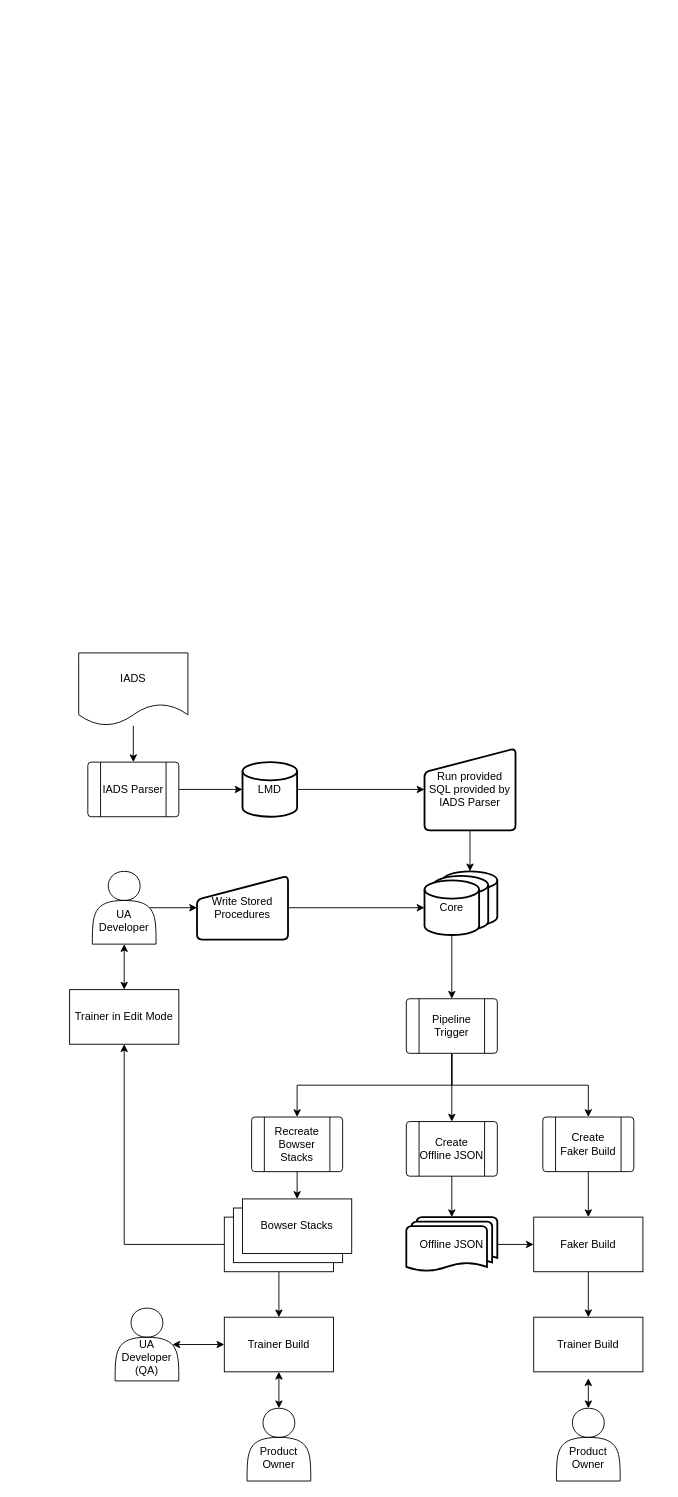
The draw.io diagram Before.drawio in Bspeirtorch/draw, before the edit. Source tidied: cells renumbered, new cells numbered last; positions are measured from the earlier drawing's top-left corner, leaving out a move shared by most shapes. Both pictures are drawn from the tidied source at 91%, with x=0, y=0 at pixel (69, 652).
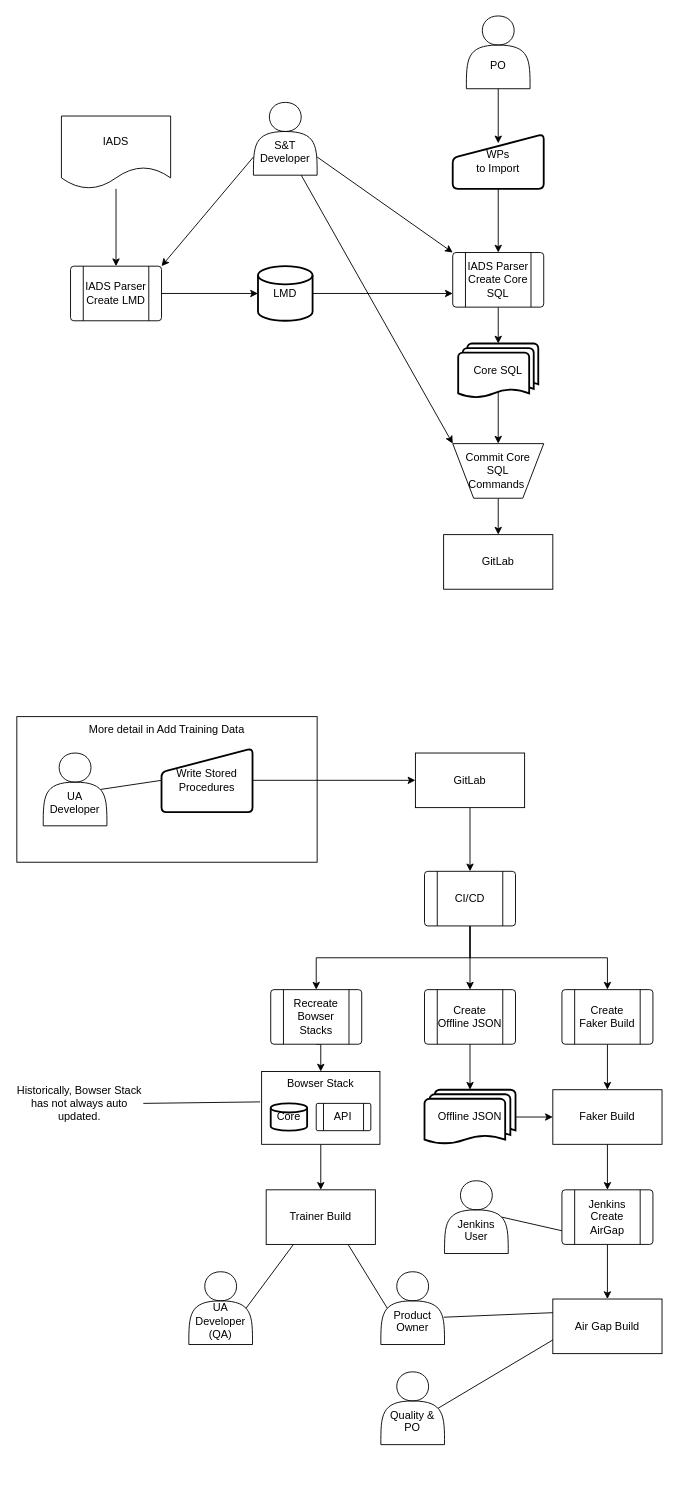
The same page after the edit.

The edit, as a diff of the source:
```diff
@@
+    <mxCell id="47" value="More detail in Add Training Data" style="rounded=0;whiteSpace=wrap;html=1;fillColor=none;verticalAlign=top;" parent="1" vertex="1">
+      <mxGeometry x="-58" y="70" width="330" height="160" as="geometry" />
+    </mxCell>
     <mxCell id="2" value="IADS" style="shape=document;whiteSpace=wrap;html=1;boundedLbl=1;" parent="1" vertex="1">
-      <mxGeometry x="10" width="120" height="80" as="geometry" />
+      <mxGeometry x="-9" y="-590" width="120" height="80" as="geometry" />
     </mxCell>
@@
     <mxCell id="5" value="Write Stored&lt;br&gt;Procedures" style="html=1;strokeWidth=2;shape=manualInput;whiteSpace=wrap;rounded=1;size=26;arcSize=11;" parent="1" vertex="1">
-      <mxGeometry x="140" y="245" width="100" height="70" as="geometry" />
+      <mxGeometry x="101" y="105" width="100" height="70" as="geometry" />
     </mxCell>
-    <mxCell id="6" style="strokeWidth=2;html=1;shape=mxgraph.flowchart.database;whiteSpace=wrap;" parent="1" vertex="1">
-      <mxGeometry x="410" y="240" width="60" height="60" as="geometry" />
-    </mxCell>
-    <mxCell id="7" style="strokeWidth=2;html=1;shape=mxgraph.flowchart.database;whiteSpace=wrap;" parent="1" vertex="1">
-      <mxGeometry x="400" y="245" width="60" height="60" as="geometry" />
-    </mxCell>
-    <mxCell id="8" style="edgeStyle=orthogonalEdgeStyle;rounded=0;jettySize=auto;html=1;exitX=0.5;exitY=1;exitDx=0;exitDy=0;exitPerimeter=0;" parent="1" edge="1" source="9" target="20">
+    <mxCell id="8" style="edgeStyle=orthogonalEdgeStyle;rounded=0;jettySize=auto;html=1;exitX=0.5;exitY=1;exitDx=0;exitDy=0;" parent="1" edge="1" source="65" target="20">
       <mxGeometry relative="1" as="geometry" />
     </mxCell>
-    <mxCell id="9" value="Core" style="strokeWidth=2;html=1;shape=mxgraph.flowchart.database;whiteSpace=wrap;" parent="1" vertex="1">
-      <mxGeometry x="390" y="250" width="60" height="60" as="geometry" />
-    </mxCell>
-    <mxCell id="10" style="edgeStyle=orthogonalEdgeStyle;rounded=0;jettySize=auto;html=1;exitX=1;exitY=0.5;exitDx=0;exitDy=0;entryX=0;entryY=0.5;entryDx=0;entryDy=0;entryPerimeter=0;" parent="1" edge="1" source="5" target="9">
+    <mxCell id="10" style="edgeStyle=orthogonalEdgeStyle;rounded=0;jettySize=auto;html=1;exitX=1;exitY=0.5;exitDx=0;exitDy=0;entryX=0;entryY=0.5;entryDx=0;entryDy=0;" parent="1" edge="1" source="5" target="65">
       <mxGeometry relative="1" as="geometry" />
     </mxCell>
-    <mxCell id="11" style="edgeStyle=orthogonalEdgeStyle;rounded=0;jettySize=auto;html=1;exitX=1;exitY=0.5;exitDx=0;exitDy=0;exitPerimeter=0;entryX=0;entryY=0.5;entryDx=0;entryDy=0;" parent="1" edge="1" source="12" target="21">
+    <mxCell id="11" style="edgeStyle=orthogonalEdgeStyle;rounded=0;jettySize=auto;html=1;exitX=1;exitY=0.5;exitDx=0;exitDy=0;exitPerimeter=0;entryX=0;entryY=0.75;entryDx=0;entryDy=0;" parent="1" edge="1" source="12" target="59">
       <mxGeometry relative="1" as="geometry" />
     </mxCell>
     <mxCell id="12" value="LMD" style="strokeWidth=2;html=1;shape=mxgraph.flowchart.database;whiteSpace=wrap;" parent="1" vertex="1">
-      <mxGeometry x="190" y="120" width="60" height="60" as="geometry" />
+      <mxGeometry x="207" y="-425" width="60" height="60" as="geometry" />
     </mxCell>
-    <mxCell id="13" value="IADS Parser" style="verticalLabelPosition=middle;verticalAlign=middle;html=1;shape=process;whiteSpace=wrap;rounded=1;size=0.14;arcSize=6;labelPosition=center;align=center;" parent="1" vertex="1">
-      <mxGeometry x="20" y="120" width="100" height="60" as="geometry" />
+    <mxCell id="13" value="IADS Parser Create LMD" style="verticalLabelPosition=middle;verticalAlign=middle;html=1;shape=process;whiteSpace=wrap;rounded=1;size=0.14;arcSize=6;labelPosition=center;align=center;" parent="1" vertex="1">
+      <mxGeometry x="1" y="-425" width="100" height="60" as="geometry" />
     </mxCell>
-    <mxCell id="14" style="edgeStyle=orthogonalEdgeStyle;rounded=0;jettySize=auto;html=1;exitX=0.9;exitY=0.5;exitDx=0;exitDy=0;entryX=0;entryY=0.5;entryDx=0;entryDy=0;exitPerimeter=0;" parent="1" edge="1" source="16" target="5">
-      <mxGeometry relative="1" as="geometry" />
-    </mxCell>
-    <mxCell id="15" style="edgeStyle=orthogonalEdgeStyle;rounded=0;jettySize=auto;html=1;exitX=0.5;exitY=1;exitDx=0;exitDy=0;entryX=0.5;entryY=0;entryDx=0;entryDy=0;startArrow=classic;startFill=1;" parent="1" edge="1" source="16" target="38">
-      <mxGeometry relative="1" as="geometry" />
-    </mxCell>
     <mxCell id="16" value="&lt;br&gt;&lt;br&gt;UA Developer" style="shape=actor;whiteSpace=wrap;html=1;labelPosition=center;verticalLabelPosition=middle;align=center;verticalAlign=middle;" parent="1" vertex="1">
-      <mxGeometry x="25" y="240" width="70" height="80" as="geometry" />
+      <mxGeometry x="-29" y="110" width="70" height="80" as="geometry" />
     </mxCell>
@@
-    <mxCell id="20" value="Pipeline Trigger" style="verticalLabelPosition=middle;verticalAlign=middle;html=1;shape=process;whiteSpace=wrap;rounded=1;size=0.14;arcSize=6;labelPosition=center;align=center;" parent="1" vertex="1">
-      <mxGeometry x="370" y="380" width="100" height="60" as="geometry" />
+    <mxCell id="20" value="CI/CD" style="verticalLabelPosition=middle;verticalAlign=middle;html=1;shape=process;whiteSpace=wrap;rounded=1;size=0.14;arcSize=6;labelPosition=center;align=center;" parent="1" vertex="1">
+      <mxGeometry x="390" y="240" width="100" height="60" as="geometry" />
     </mxCell>
-    <mxCell id="21" value="Run provided SQL provided by IADS Parser" style="html=1;strokeWidth=2;shape=manualInput;whiteSpace=wrap;rounded=1;size=26;arcSize=11;" parent="1" vertex="1">
-      <mxGeometry x="390" y="105" width="100" height="90" as="geometry" />
-    </mxCell>
@@
     <mxCell id="23" value="Offline JSON" style="strokeWidth=2;html=1;shape=mxgraph.flowchart.multi-document;whiteSpace=wrap;" parent="1" vertex="1">
-      <mxGeometry x="370" y="620" width="100" height="60" as="geometry" />
+      <mxGeometry x="390" y="480" width="100" height="60" as="geometry" />
     </mxCell>
-    <mxCell id="24" style="edgeStyle=orthogonalEdgeStyle;rounded=0;jettySize=auto;html=1;exitX=0;exitY=0.5;exitDx=0;exitDy=0;entryX=0.5;entryY=1;entryDx=0;entryDy=0;" parent="1" edge="1" source="26" target="38">
-      <mxGeometry relative="1" as="geometry" />
-    </mxCell>
-    <mxCell id="25" style="edgeStyle=orthogonalEdgeStyle;rounded=0;jettySize=auto;html=1;exitX=0.5;exitY=1;exitDx=0;exitDy=0;entryX=0.5;entryY=0;entryDx=0;entryDy=0;" parent="1" edge="1" source="26" target="39">
+    <mxCell id="25" style="edgeStyle=orthogonalEdgeStyle;rounded=0;jettySize=auto;html=1;exitX=0.5;exitY=1;exitDx=0;exitDy=0;entryX=0.5;entryY=0;entryDx=0;entryDy=0;" parent="1" edge="1" source="28" target="39">
       <mxGeometry relative="1" as="geometry" />
     </mxCell>
-    <mxCell id="26" style="rounded=0;whiteSpace=wrap;html=1;" parent="1" vertex="1">
-      <mxGeometry x="170" y="620" width="120" height="60" as="geometry" />
-    </mxCell>
-    <mxCell id="27" style="rounded=0;whiteSpace=wrap;html=1;" parent="1" vertex="1">
-      <mxGeometry x="180" y="610" width="120" height="60" as="geometry" />
-    </mxCell>
-    <mxCell id="28" value="Bowser Stacks" style="rounded=0;whiteSpace=wrap;html=1;" parent="1" vertex="1">
-      <mxGeometry x="190" y="600" width="120" height="60" as="geometry" />
+    <mxCell id="28" value="Bowser Stack" style="rounded=0;whiteSpace=wrap;html=1;verticalAlign=top;" parent="1" vertex="1">
+      <mxGeometry x="211" y="460" width="130" height="80" as="geometry" />
     </mxCell>
-    <mxCell id="29" style="edgeStyle=orthogonalEdgeStyle;rounded=0;jettySize=auto;html=1;exitX=0.5;exitY=1;exitDx=0;exitDy=0;entryX=0.5;entryY=0;entryDx=0;entryDy=0;entryPerimeter=0;" parent="1" edge="1" source="21" target="6">
-      <mxGeometry relative="1" as="geometry" />
-    </mxCell>
@@
     <mxCell id="31" value="Recreate Bowser Stacks" style="verticalLabelPosition=middle;verticalAlign=middle;html=1;shape=process;whiteSpace=wrap;rounded=1;size=0.14;arcSize=6;labelPosition=center;align=center;" parent="1" vertex="1">
-      <mxGeometry x="200" y="510" width="100" height="60" as="geometry" />
+      <mxGeometry x="221" y="370" width="100" height="60" as="geometry" />
     </mxCell>
@@
     <mxCell id="33" value="Create Faker Build" style="verticalLabelPosition=middle;verticalAlign=middle;html=1;shape=process;whiteSpace=wrap;rounded=1;size=0.14;arcSize=6;labelPosition=center;align=center;" parent="1" vertex="1">
-      <mxGeometry x="520" y="510" width="100" height="60" as="geometry" />
+      <mxGeometry x="541" y="370" width="100" height="60" as="geometry" />
     </mxCell>
     <mxCell id="34" value="Create Offline JSON" style="verticalLabelPosition=middle;verticalAlign=middle;html=1;shape=process;whiteSpace=wrap;rounded=1;size=0.14;arcSize=6;labelPosition=center;align=center;" parent="1" vertex="1">
-      <mxGeometry x="370" y="515" width="100" height="60" as="geometry" />
+      <mxGeometry x="390" y="370" width="100" height="60" as="geometry" />
     </mxCell>
@@
-    <mxCell id="36" style="edgeStyle=orthogonalEdgeStyle;rounded=0;jettySize=auto;html=1;exitX=0.5;exitY=1;exitDx=0;exitDy=0;entryX=0.5;entryY=0;entryDx=0;entryDy=0;" parent="1" edge="1" source="37" target="45">
-      <mxGeometry relative="1" as="geometry" />
-    </mxCell>
+    <mxCell id="48" style="edgeStyle=orthogonalEdgeStyle;rounded=0;jettySize=auto;html=1;exitX=0.5;exitY=1;exitDx=0;exitDy=0;entryX=0.5;entryY=0;entryDx=0;entryDy=0;" parent="1" edge="1" source="37" target="67">
+      <mxGeometry relative="1" as="geometry" />
+    </mxCell>
     <mxCell id="37" value="Faker Build" style="rounded=0;whiteSpace=wrap;html=1;" parent="1" vertex="1">
-      <mxGeometry x="510" y="620" width="120" height="60" as="geometry" />
+      <mxGeometry x="531" y="480" width="120" height="60" as="geometry" />
     </mxCell>
-    <mxCell id="38" value="Trainer in Edit Mode" style="rounded=0;whiteSpace=wrap;html=1;" parent="1" vertex="1">
-      <mxGeometry y="370" width="120" height="60" as="geometry" />
-    </mxCell>
     <mxCell id="39" value="Trainer Build" style="rounded=0;whiteSpace=wrap;html=1;" parent="1" vertex="1">
-      <mxGeometry x="170" y="730" width="120" height="60" as="geometry" />
+      <mxGeometry x="216" y="590" width="120" height="60" as="geometry" />
     </mxCell>
-    <mxCell id="40" style="edgeStyle=orthogonalEdgeStyle;rounded=0;jettySize=auto;html=1;exitX=0.9;exitY=0.5;exitDx=0;exitDy=0;exitPerimeter=0;entryX=0;entryY=0.5;entryDx=0;entryDy=0;startArrow=classic;startFill=1;" parent="1" edge="1" source="41" target="39">
-      <mxGeometry relative="1" as="geometry" />
-    </mxCell>
     <mxCell id="41" value="&lt;br&gt;&lt;br&gt;UA Developer (QA)" style="shape=actor;whiteSpace=wrap;html=1;labelPosition=center;verticalLabelPosition=middle;align=center;verticalAlign=middle;" parent="1" vertex="1">
-      <mxGeometry x="50" y="720" width="70" height="80" as="geometry" />
+      <mxGeometry x="131" y="680" width="70" height="80" as="geometry" />
     </mxCell>
-    <mxCell id="42" style="edgeStyle=orthogonalEdgeStyle;rounded=0;jettySize=auto;html=1;exitX=0.5;exitY=0;exitDx=0;exitDy=0;entryX=0.5;entryY=1;entryDx=0;entryDy=0;startArrow=classic;startFill=1;" parent="1" edge="1" source="43" target="39">
-      <mxGeometry relative="1" as="geometry" />
-    </mxCell>
     <mxCell id="43" value="&lt;br&gt;&lt;br&gt;Product Owner" style="shape=actor;whiteSpace=wrap;html=1;labelPosition=center;verticalLabelPosition=middle;align=center;verticalAlign=middle;" parent="1" vertex="1">
-      <mxGeometry x="195" y="830" width="70" height="80" as="geometry" />
+      <mxGeometry x="342" y="680" width="70" height="80" as="geometry" />
     </mxCell>
-    <mxCell id="44" value="&lt;br&gt;&lt;br&gt;Product Owner" style="shape=actor;whiteSpace=wrap;html=1;labelPosition=center;verticalLabelPosition=middle;align=center;verticalAlign=middle;" parent="1" vertex="1">
-      <mxGeometry x="535" y="830" width="70" height="80" as="geometry" />
+    <mxCell id="44" value="&lt;br&gt;&lt;br&gt;Quality &amp;amp; PO" style="shape=actor;whiteSpace=wrap;html=1;labelPosition=center;verticalLabelPosition=middle;align=center;verticalAlign=middle;" parent="1" vertex="1">
+      <mxGeometry x="342" y="790" width="70" height="80" as="geometry" />
     </mxCell>
-    <mxCell id="45" value="Trainer Build" style="rounded=0;whiteSpace=wrap;html=1;" parent="1" vertex="1">
-      <mxGeometry x="510" y="730" width="120" height="60" as="geometry" />
+    <mxCell id="45" value="Air Gap Build" style="rounded=0;whiteSpace=wrap;html=1;" parent="1" vertex="1">
+      <mxGeometry x="531" y="710" width="120" height="60" as="geometry" />
     </mxCell>
+    <mxCell id="49" value="&lt;br&gt;&lt;br&gt;S&amp;amp;T&lt;br&gt;Developer" style="shape=actor;whiteSpace=wrap;html=1;labelPosition=center;verticalLabelPosition=middle;align=center;verticalAlign=middle;" parent="1" vertex="1">
+      <mxGeometry x="202" y="-605" width="70" height="80" as="geometry" />
+    </mxCell>
+    <mxCell id="50" style="endArrow=classic;html=1;rounded=0;entryX=0;entryY=0;entryDx=0;entryDy=0;exitX=1;exitY=0.75;exitDx=0;exitDy=0;" parent="1" edge="1" source="49" target="59">
+      <mxGeometry relative="1" as="geometry" />
+    </mxCell>
+    <mxCell id="51" style="endArrow=classic;html=1;rounded=0;entryX=1;entryY=0;entryDx=0;entryDy=0;exitX=0;exitY=0.75;exitDx=0;exitDy=0;" parent="1" edge="1" source="49" target="13">
+      <mxGeometry relative="1" as="geometry" />
+    </mxCell>
+    <mxCell id="52" style="edgeStyle=orthogonalEdgeStyle;rounded=0;jettySize=auto;html=1;exitX=0.5;exitY=1;exitDx=0;exitDy=0;entryX=0.5;entryY=0;entryDx=0;entryDy=0;" parent="1" edge="1" source="53" target="63">
+      <mxGeometry relative="1" as="geometry" />
+    </mxCell>
+    <mxCell id="53" value="Commit Core SQL &lt;br&gt;Commands&amp;nbsp;" style="verticalLabelPosition=middle;verticalAlign=middle;html=1;shape=trapezoid;perimeter=trapezoidPerimeter;whiteSpace=wrap;size=0.23;arcSize=10;flipV=1;labelPosition=center;align=center;" parent="1" vertex="1">
+      <mxGeometry x="421" y="-230" width="100" height="60" as="geometry" />
+    </mxCell>
+    <mxCell id="54" style="edgeStyle=orthogonalEdgeStyle;rounded=0;jettySize=auto;html=1;exitX=0.5;exitY=0.88;exitDx=0;exitDy=0;exitPerimeter=0;entryX=0.5;entryY=0;entryDx=0;entryDy=0;" parent="1" edge="1" source="55" target="53">
+      <mxGeometry relative="1" as="geometry" />
+    </mxCell>
+    <mxCell id="55" value="Core SQL" style="strokeWidth=2;html=1;shape=mxgraph.flowchart.multi-document;whiteSpace=wrap;" parent="1" vertex="1">
+      <mxGeometry x="427" y="-340" width="88" height="60" as="geometry" />
+    </mxCell>
+    <mxCell id="56" style="edgeStyle=orthogonalEdgeStyle;rounded=0;jettySize=auto;html=1;exitX=0.5;exitY=1;exitDx=0;exitDy=0;" parent="1" edge="1" source="57" target="59">
+      <mxGeometry relative="1" as="geometry" />
+    </mxCell>
+    <mxCell id="57" value="WPs&lt;br&gt;to Import" style="html=1;strokeWidth=2;shape=manualInput;whiteSpace=wrap;rounded=1;size=26;arcSize=11;" parent="1" vertex="1">
+      <mxGeometry x="421" y="-570" width="100" height="60" as="geometry" />
+    </mxCell>
+    <mxCell id="58" style="edgeStyle=orthogonalEdgeStyle;rounded=0;jettySize=auto;html=1;exitX=0.5;exitY=1;exitDx=0;exitDy=0;" parent="1" edge="1" source="59" target="55">
+      <mxGeometry relative="1" as="geometry" />
+    </mxCell>
+    <mxCell id="59" value="IADS Parser Create Core SQL" style="verticalLabelPosition=middle;verticalAlign=middle;html=1;shape=process;whiteSpace=wrap;rounded=1;size=0.14;arcSize=6;labelPosition=center;align=center;" parent="1" vertex="1">
+      <mxGeometry x="421" y="-440" width="100" height="60" as="geometry" />
+    </mxCell>
+    <mxCell id="60" value="&lt;br&gt;&lt;br&gt;PO" style="shape=actor;whiteSpace=wrap;html=1;labelPosition=center;verticalLabelPosition=middle;align=center;verticalAlign=middle;" parent="1" vertex="1">
+      <mxGeometry x="436" y="-700" width="70" height="80" as="geometry" />
+    </mxCell>
+    <mxCell id="61" style="edgeStyle=orthogonalEdgeStyle;rounded=0;jettySize=auto;html=1;exitX=0.5;exitY=1;exitDx=0;exitDy=0;entryX=0.5;entryY=0.167;entryDx=0;entryDy=0;entryPerimeter=0;" parent="1" edge="1" source="60" target="57">
+      <mxGeometry relative="1" as="geometry" />
+    </mxCell>
+    <mxCell id="62" style="endArrow=classic;html=1;rounded=0;exitX=0.75;exitY=1;exitDx=0;exitDy=0;entryX=0;entryY=0;entryDx=0;entryDy=0;" parent="1" edge="1" source="49" target="53">
+      <mxGeometry relative="1" as="geometry" />
+    </mxCell>
+    <mxCell id="9" value="Core" style="strokeWidth=2;html=1;shape=mxgraph.flowchart.database;whiteSpace=wrap;" parent="1" vertex="1">
+      <mxGeometry x="221" y="495" width="40" height="30" as="geometry" />
+    </mxCell>
+    <mxCell id="63" value="GitLab" style="rounded=0;whiteSpace=wrap;html=1;" parent="1" vertex="1">
+      <mxGeometry x="411" y="-130" width="120" height="60" as="geometry" />
+    </mxCell>
+    <mxCell id="64" value="API" style="verticalLabelPosition=middle;verticalAlign=middle;html=1;shape=process;whiteSpace=wrap;rounded=1;size=0.14;arcSize=6;labelPosition=center;align=center;" parent="1" vertex="1">
+      <mxGeometry x="271" y="495" width="60" height="30" as="geometry" />
+    </mxCell>
+    <mxCell id="65" value="GitLab" style="rounded=0;whiteSpace=wrap;html=1;" parent="1" vertex="1">
+      <mxGeometry x="380" y="110" width="120" height="60" as="geometry" />
+    </mxCell>
+    <mxCell id="66" style="edgeStyle=orthogonalEdgeStyle;rounded=0;jettySize=auto;html=1;exitX=0.5;exitY=1;exitDx=0;exitDy=0;entryX=0.5;entryY=0;entryDx=0;entryDy=0;" parent="1" edge="1" source="67" target="45">
+      <mxGeometry relative="1" as="geometry" />
+    </mxCell>
+    <mxCell id="67" value="Jenkins Create AirGap" style="verticalLabelPosition=middle;verticalAlign=middle;html=1;shape=process;whiteSpace=wrap;rounded=1;size=0.14;arcSize=6;labelPosition=center;align=center;" parent="1" vertex="1">
+      <mxGeometry x="541" y="590" width="100" height="60" as="geometry" />
+    </mxCell>
+    <mxCell id="42" style="endArrow=none;html=1;rounded=0;entryX=0.75;entryY=1;entryDx=0;entryDy=0;exitX=0.1;exitY=0.5;exitDx=0;exitDy=0;exitPerimeter=0;endFill=0;" parent="1" edge="1" source="43" target="39">
+      <mxGeometry relative="1" as="geometry" />
+    </mxCell>
+    <mxCell id="68" style="endArrow=none;html=1;rounded=0;entryX=0;entryY=0.25;entryDx=0;entryDy=0;exitX=0.986;exitY=0.625;exitDx=0;exitDy=0;exitPerimeter=0;" parent="1" edge="1" source="43" target="45">
+      <mxGeometry relative="1" as="geometry" />
+    </mxCell>
-    <mxCell id="46" style="edgeStyle=orthogonalEdgeStyle;rounded=0;jettySize=auto;html=1;exitX=0.5;exitY=0;exitDx=0;exitDy=0;entryX=0.5;entryY=1.117;entryDx=0;entryDy=0;entryPerimeter=0;startArrow=classic;startFill=1;" parent="1" edge="1" source="44" target="45">
+    <mxCell id="46" style="endArrow=none;html=1;rounded=0;entryX=0;entryY=0.75;entryDx=0;entryDy=0;exitX=0.9;exitY=0.5;exitDx=0;exitDy=0;exitPerimeter=0;" parent="1" edge="1" source="44" target="45">
       <mxGeometry relative="1" as="geometry" />
     </mxCell>
+    <mxCell id="40" style="endArrow=none;html=1;rounded=0;exitX=0.9;exitY=0.5;exitDx=0;exitDy=0;exitPerimeter=0;entryX=0.25;entryY=1;entryDx=0;entryDy=0;" parent="1" edge="1" source="41" target="39">
+      <mxGeometry relative="1" as="geometry" />
+    </mxCell>
+    <mxCell id="69" value="&lt;br&gt;&lt;br&gt;Jenkins User" style="shape=actor;whiteSpace=wrap;html=1;labelPosition=center;verticalLabelPosition=middle;align=center;verticalAlign=middle;" parent="1" vertex="1">
+      <mxGeometry x="412" y="580" width="70" height="80" as="geometry" />
+    </mxCell>
+    <mxCell id="70" style="endArrow=none;html=1;rounded=0;exitX=0.9;exitY=0.5;exitDx=0;exitDy=0;exitPerimeter=0;entryX=0;entryY=0.75;entryDx=0;entryDy=0;" parent="1" edge="1" source="69" target="67">
+      <mxGeometry relative="1" as="geometry" />
+    </mxCell>
+    <mxCell id="14" style="endArrow=none;html=1;rounded=0;exitX=0.9;exitY=0.5;exitDx=0;exitDy=0;exitPerimeter=0;entryX=0;entryY=0.5;entryDx=0;entryDy=0;" parent="1" edge="1" source="16" target="5">
+      <mxGeometry relative="1" as="geometry" />
+    </mxCell>
+    <mxCell id="71" value="Historically, Bowser Stack has not always auto updated." style="text;html=1;strokeColor=none;fillColor=none;align=center;verticalAlign=middle;whiteSpace=wrap;rounded=0;" parent="1" vertex="1">
+      <mxGeometry x="-59" y="445" width="140" height="100" as="geometry" />
+    </mxCell>
+    <mxCell id="72" style="endArrow=none;html=1;rounded=0;entryX=-0.013;entryY=0.417;entryDx=0;entryDy=0;entryPerimeter=0;exitX=1;exitY=0.5;exitDx=0;exitDy=0;" parent="1" edge="1" source="71" target="28">
+      <mxGeometry relative="1" as="geometry" />
+    </mxCell>
```
